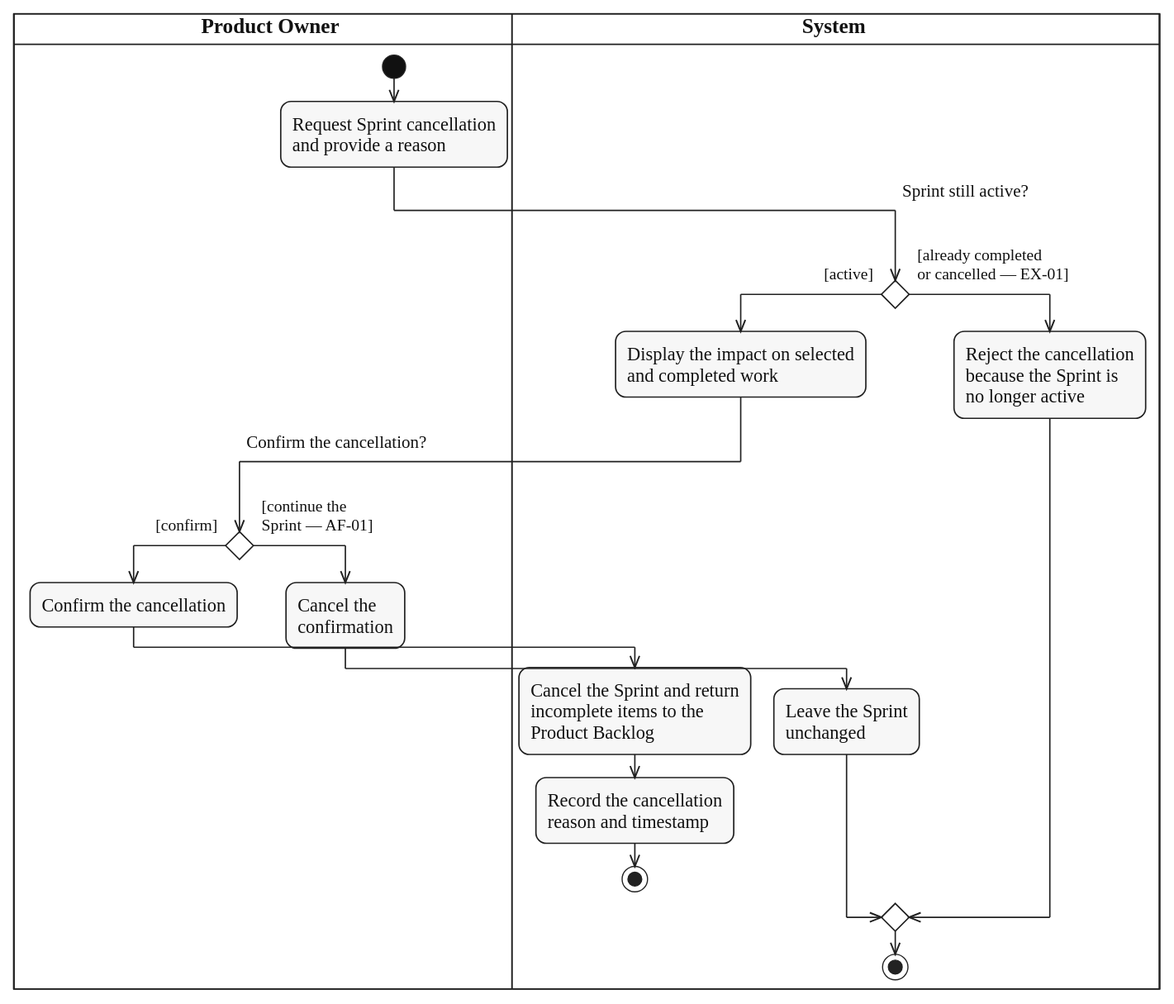
Above: diagrams/activity/sprint-management/svg/UC-SPRINT-CANCEL.svg in lukenab/swd392-doc-automation (PlantUML), before the change. Its source is kept beside it as diagrams/activity/sprint-management/source/UC-SPRINT-CANCEL.puml.
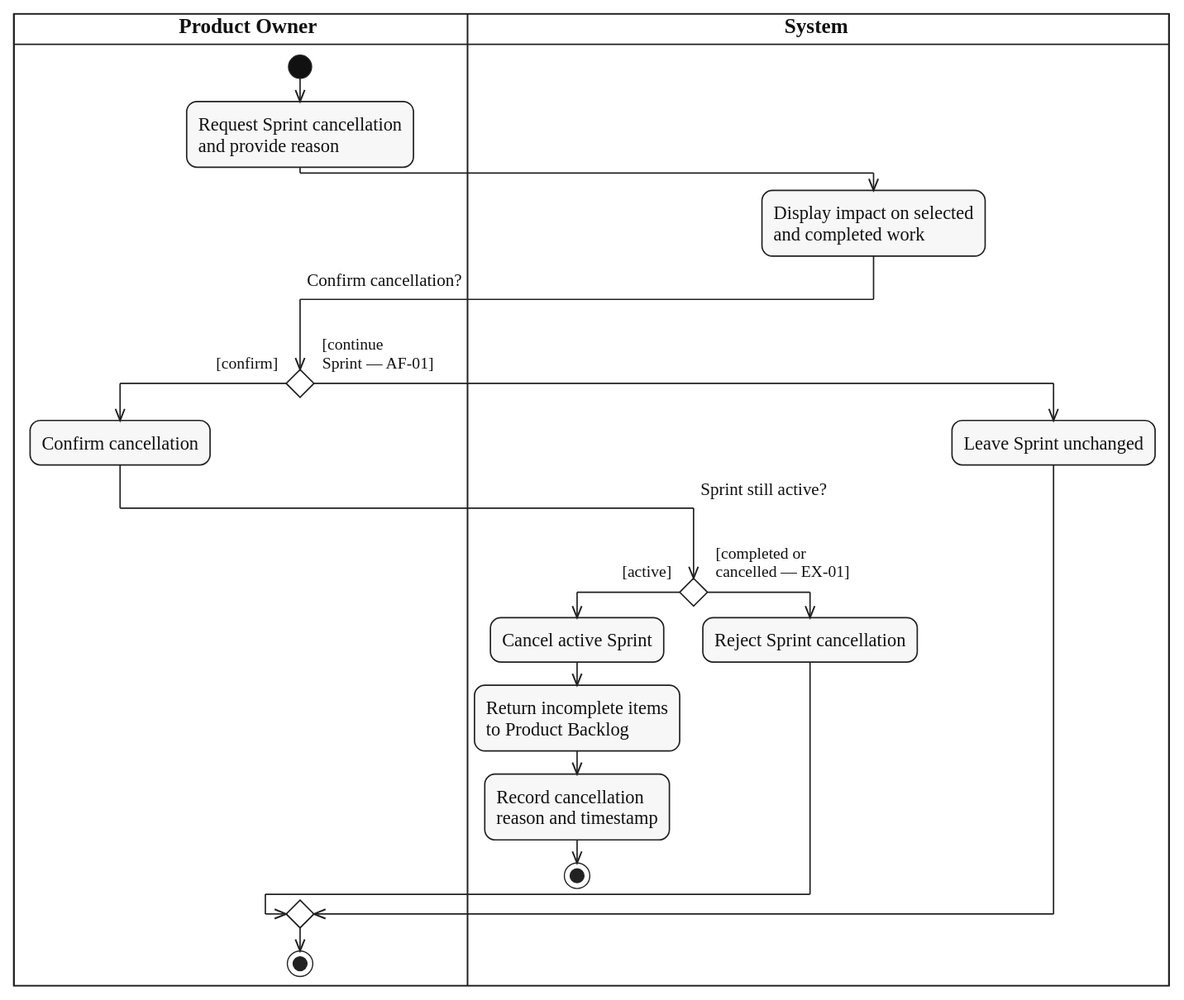
After the commit.

Commit message:
docs(activity): shorten labels in sprint-management diagrams

Change to the diagram source:
```diff
@@ -6,34 +6,28 @@
 |PRO|
 start
 :Request Sprint cancellation
-and provide a reason;
+and provide reason;
 |SYS|
-if ($question_x("Sprint still active?")) then ($guard_left("[active]"))
-  :Display the impact on selected
-  and completed work;
-  |PRO|
-  if ($question_x("Confirm the cancellation?")) then ($guard_left("[confirm]"))
-    :Confirm the cancellation;
-    |SYS|
-    :Cancel the Sprint and return
-    incomplete items to the
-    Product Backlog;
-    :Record the cancellation
+:Display impact on selected
+and completed work;
+|PRO|
+if ($question_x("Confirm cancellation?")) then ($guard_left("[confirm]"))
+  :Confirm cancellation;
+  |SYS|
+  if ($question_x("Sprint still active?")) then ($guard_left("[active]"))
+    :Cancel active Sprint;
+    :Return incomplete items
+    to Product Backlog;
+    :Record cancellation
     reason and timestamp;
     stop
-  else ($guard_right("[continue the", "Sprint — AF-01]"))
-    |PRO|
-    :Cancel the
-    confirmation;
-    |SYS|
-    :Leave the Sprint
-    unchanged;
+  else ($guard_right("[completed or", "cancelled — EX-01]"))
+    :Reject Sprint cancellation;
   endif
-else ($guard_right("[already completed", "or cancelled — EX-01]"))
-  :Reject the cancellation
-  because the Sprint is
-  no longer active;
+else ($guard_right("[continue", "Sprint — AF-01]"))
+  |SYS|
+  :Leave Sprint unchanged;
 endif
-|SYS|
+|PRO|
 stop
 @enduml
```
